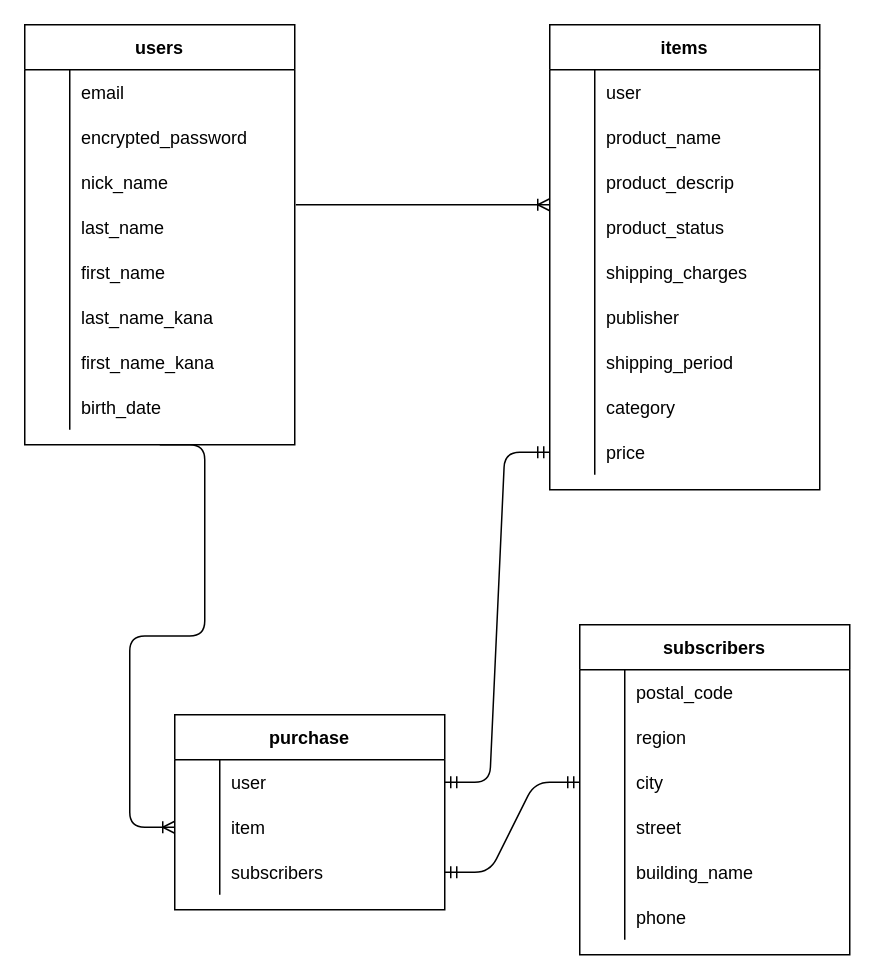
This is ER.dio from komadorihouse/furima-35680, a draw.io file, before an edit. Source tidied: cells renumbered, new cells numbered last; positions are measured from the earlier drawing's top-left corner, leaving out a move shared by most shapes. Both pictures are drawn from the tidied source at 150%, with x=0, y=0 at pixel (24, 24).
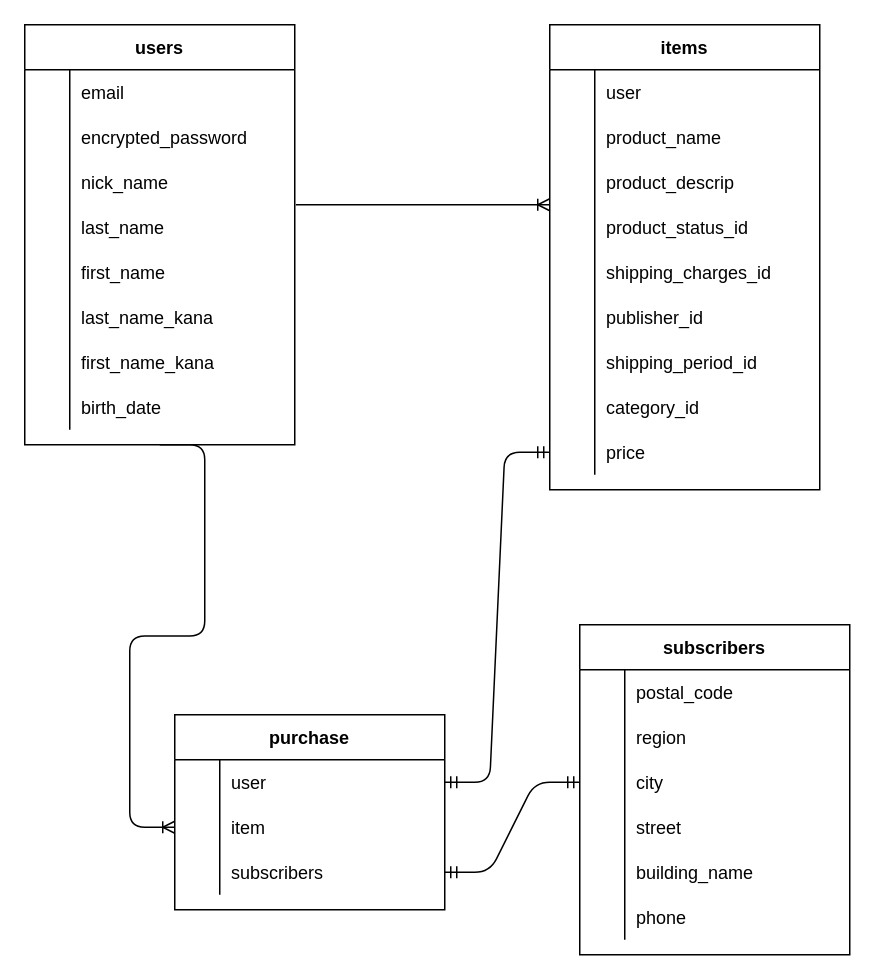
The same diagram, later.

The change refers to these unchanged cells:
```xml
<mxCell id="37" style="shape=partialRectangle;fillColor=none;top=0;left=0;bottom=0;right=0;" parent="27" vertex="1">
  <mxGeometry y="120" width="180" height="30" as="geometry" />
</mxCell>
<mxCell id="40" style="shape=partialRectangle;fillColor=none;top=0;left=0;bottom=0;right=0;" parent="27" vertex="1">
  <mxGeometry y="150" width="180" height="30" as="geometry" />
</mxCell>
<mxCell id="43" style="shape=partialRectangle;fillColor=none;top=0;left=0;bottom=0;right=0;" parent="27" vertex="1">
  <mxGeometry y="180" width="180" height="30" as="geometry" />
</mxCell>
<mxCell id="46" style="shape=partialRectangle;fillColor=none;top=0;left=0;bottom=0;right=0;" parent="27" vertex="1">
  <mxGeometry y="210" width="180" height="30" as="geometry" />
</mxCell>
<mxCell id="49" style="shape=partialRectangle;fillColor=none;top=0;left=0;bottom=0;right=0;" parent="27" vertex="1">
  <mxGeometry y="240" width="180" height="30" as="geometry" />
</mxCell>
```

The edit, as a diff of the source:
```diff
@@
-    <mxCell id="39" value="product_status" style="shape=partialRectangle;fillColor=none;top=0;left=0;bottom=0;right=0;align=left;spacingLeft=6;overflow=hidden;" parent="37" vertex="1">
+    <mxCell id="39" value="product_status_id" style="shape=partialRectangle;fillColor=none;top=0;left=0;bottom=0;right=0;align=left;spacingLeft=6;overflow=hidden;" parent="37" vertex="1">
       <mxGeometry x="30" width="150" height="30" as="geometry" />
     </mxCell>
@@
-    <mxCell id="42" value="shipping_charges" style="shape=partialRectangle;fillColor=none;top=0;left=0;bottom=0;right=0;align=left;spacingLeft=6;overflow=hidden;" parent="40" vertex="1">
+    <mxCell id="42" value="shipping_charges_id" style="shape=partialRectangle;fillColor=none;top=0;left=0;bottom=0;right=0;align=left;spacingLeft=6;overflow=hidden;" parent="40" vertex="1">
       <mxGeometry x="30" width="150" height="30" as="geometry" />
     </mxCell>
@@
-    <mxCell id="45" value="publisher" style="shape=partialRectangle;fillColor=none;top=0;left=0;bottom=0;right=0;align=left;spacingLeft=6;overflow=hidden;" parent="43" vertex="1">
+    <mxCell id="45" value="publisher_id" style="shape=partialRectangle;fillColor=none;top=0;left=0;bottom=0;right=0;align=left;spacingLeft=6;overflow=hidden;" parent="43" vertex="1">
       <mxGeometry x="30" width="150" height="30" as="geometry" />
     </mxCell>
@@
-    <mxCell id="48" value="shipping_period" style="shape=partialRectangle;fillColor=none;top=0;left=0;bottom=0;right=0;align=left;spacingLeft=6;overflow=hidden;" parent="46" vertex="1">
+    <mxCell id="48" value="shipping_period_id" style="shape=partialRectangle;fillColor=none;top=0;left=0;bottom=0;right=0;align=left;spacingLeft=6;overflow=hidden;" parent="46" vertex="1">
       <mxGeometry x="30" width="150" height="30" as="geometry" />
     </mxCell>
@@
-    <mxCell id="51" value="category" style="shape=partialRectangle;fillColor=none;top=0;left=0;bottom=0;right=0;align=left;spacingLeft=6;overflow=hidden;" parent="49" vertex="1">
+    <mxCell id="51" value="category_id" style="shape=partialRectangle;fillColor=none;top=0;left=0;bottom=0;right=0;align=left;spacingLeft=6;overflow=hidden;" parent="49" vertex="1">
       <mxGeometry x="30" width="150" height="30" as="geometry" />
     </mxCell>
```
